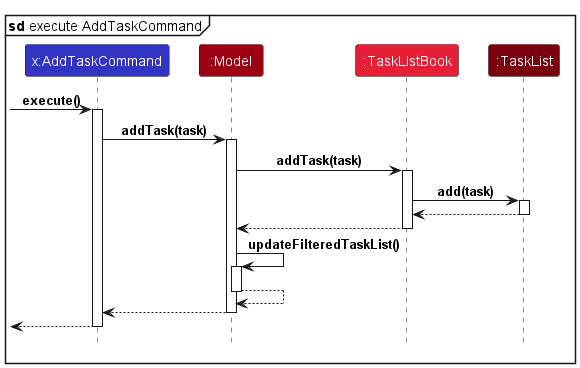
The PlantUML diagram docs/images/AddTaskSequenceDiagram.png in raydenlim/tp, before a commit. The source it was exported from:
```plantuml
@startuml
!include style.puml

mainframe **sd** execute AddTaskCommand

participant "x:AddTaskCommand" as AddTaskCommand LOGIC_COLOR

participant ":Model" as Model MODEL_COLOR

participant ":TaskListBook" as TaskListBook MODEL_COLOR_T2

participant ":TaskList" as TaskList MODEL_COLOR_T3


[-> AddTaskCommand : execute()
activate AddTaskCommand

AddTaskCommand -> Model : addTask(task)
activate Model

Model -> TaskListBook : addTask(task)
activate TaskListBook

TaskListBook -> TaskList : add(task)
activate TaskList

TaskList ---> TaskListBook
deactivate TaskList

TaskListBook ---> Model
deactivate TaskListBook

Model -> Model : updateFilteredTaskList()
activate Model

Model ---> Model
deactivate Model

Model --> AddTaskCommand
deactivate Model

[<-- AddTaskCommand
deactivate AddTaskCommand

@enduml
```
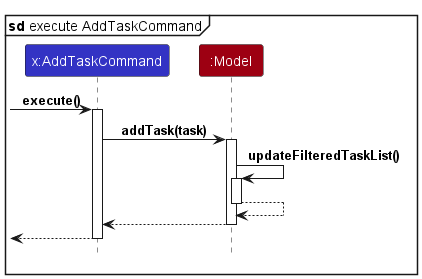
The same file after the commit.

The edit, as a diff of the source:
```diff
@@ -7,28 +7,11 @@
 
 participant ":Model" as Model MODEL_COLOR
 
-participant ":TaskListBook" as TaskListBook MODEL_COLOR_T2
-
-participant ":TaskList" as TaskList MODEL_COLOR_T3
-
-
 [-> AddTaskCommand : execute()
 activate AddTaskCommand
 
 AddTaskCommand -> Model : addTask(task)
 activate Model
-
-Model -> TaskListBook : addTask(task)
-activate TaskListBook
-
-TaskListBook -> TaskList : add(task)
-activate TaskList
-
-TaskList ---> TaskListBook
-deactivate TaskList
-
-TaskListBook ---> Model
-deactivate TaskListBook
 
 Model -> Model : updateFilteredTaskList()
 activate Model
```
